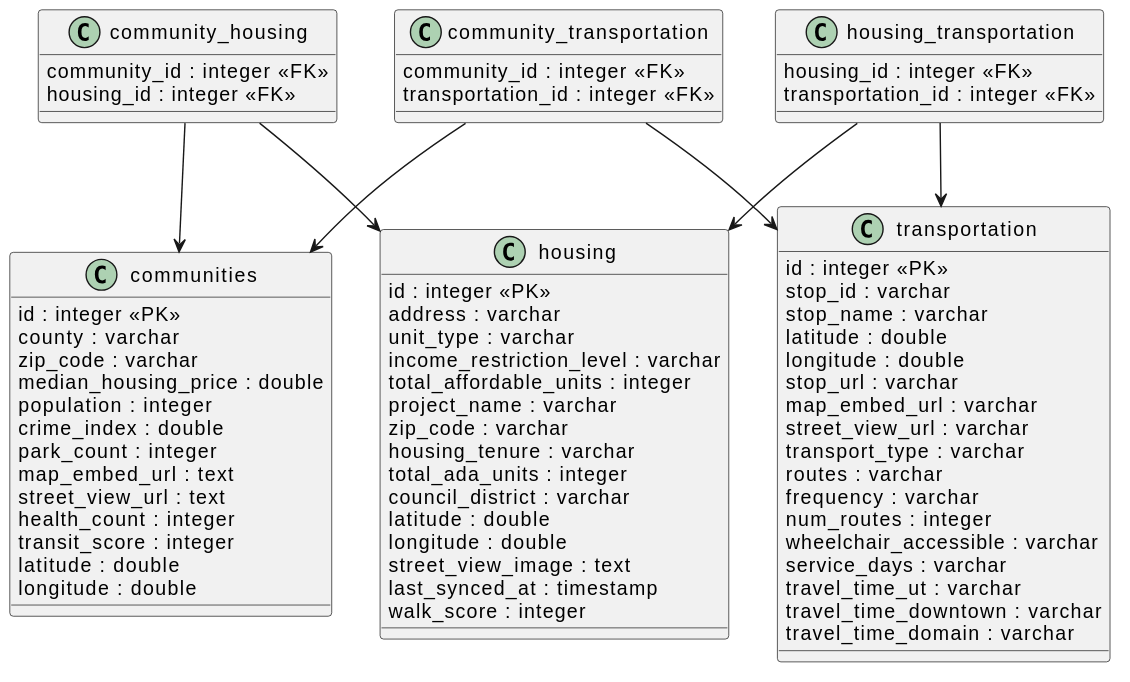
harinik961/CivicHousing keeps this PlantUML diagram as IDB.uml.svg. Above is the earlier version. Source of this version:
```plantuml
@startuml
class communities {
  id : integer <<PK>>
  county : varchar
  zip_code : varchar
  median_housing_price : double
  population : integer
  crime_index : double
  park_count : integer
  map_embed_url : text
  street_view_url : text
  health_count : integer
  transit_score : integer
  latitude : double
  longitude : double
}

class housing {
  id : integer <<PK>>
  address : varchar
  unit_type : varchar
  income_restriction_level : varchar
  total_affordable_units : integer
  project_name : varchar
  zip_code : varchar
  housing_tenure : varchar
  total_ada_units : integer
  council_district : varchar
  latitude : double
  longitude : double
  street_view_image : text
  last_synced_at : timestamp
  walk_score : integer
}

class transportation {
  id : integer <<PK>>
  stop_id : varchar
  stop_name : varchar
  latitude : double
  longitude : double
  stop_url : varchar
  map_embed_url : varchar
  street_view_url : varchar
  transport_type : varchar
  routes : varchar
  frequency : varchar
  num_routes : integer
  wheelchair_accessible : varchar
  service_days : varchar
  travel_time_ut : varchar
  travel_time_downtown : varchar
  travel_time_domain : varchar
}



class community_housing {
  community_id : integer <<FK>>
  housing_id : integer <<FK>>
}

class community_transportation {
  community_id : integer <<FK>>
  transportation_id : integer <<FK>>
}

class housing_transportation {
  housing_id : integer <<FK>>
  transportation_id : integer <<FK>>
}


community_housing --> communities
community_housing --> housing

community_transportation --> communities
community_transportation --> transportation

housing_transportation --> housing
housing_transportation --> transportation
@enduml
```
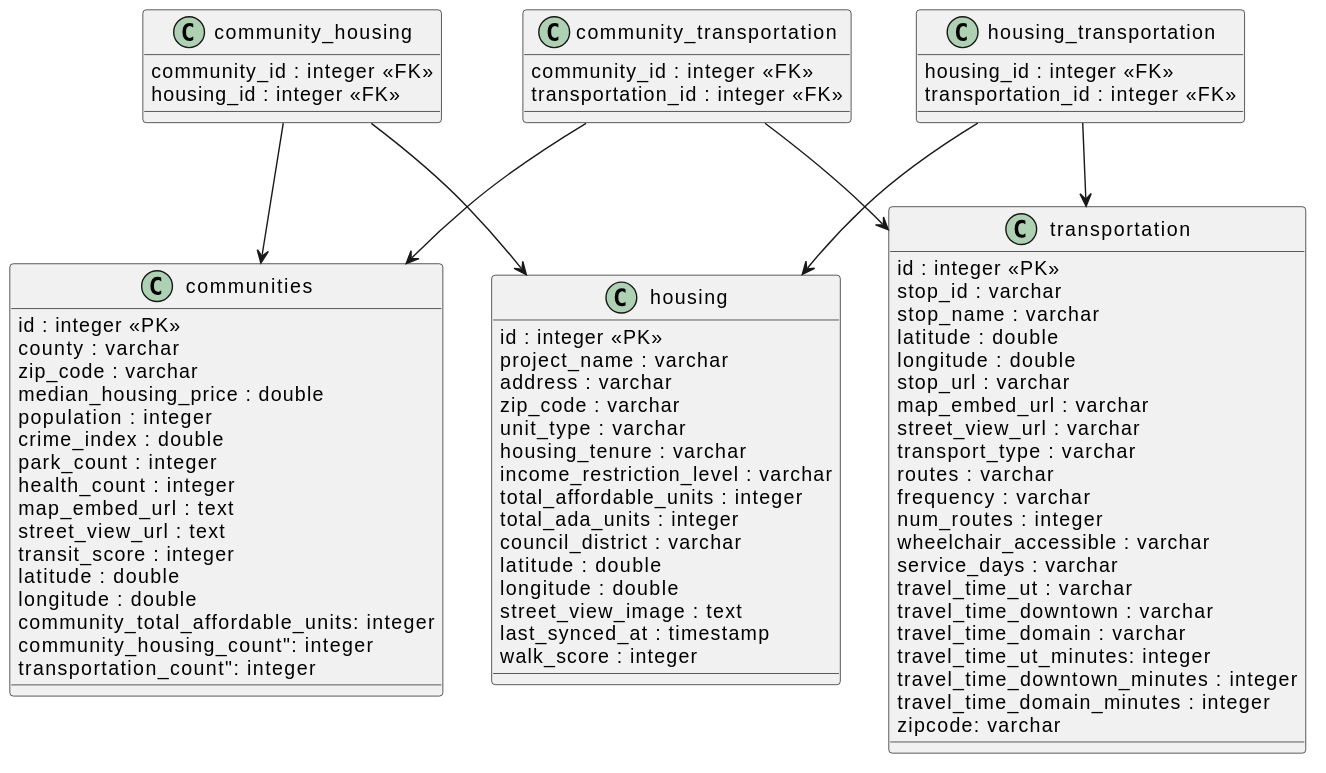
The same file after the commit.

Commit message:
updated uml diagram

What changed in the source:
```diff
@@ -7,23 +7,26 @@
   population : integer
   crime_index : double
   park_count : integer
+  health_count : integer
   map_embed_url : text
   street_view_url : text
-  health_count : integer
   transit_score : integer
   latitude : double
   longitude : double
+  community_total_affordable_units: integer
+  community_housing_count": integer
+  transportation_count": integer
 }
 
 class housing {
   id : integer <<PK>>
+  project_name : varchar
   address : varchar
+  zip_code : varchar
   unit_type : varchar
+  housing_tenure : varchar
   income_restriction_level : varchar
   total_affordable_units : integer
-  project_name : varchar
-  zip_code : varchar
-  housing_tenure : varchar
   total_ada_units : integer
   council_district : varchar
   latitude : double
@@ -51,6 +54,11 @@
   travel_time_ut : varchar
   travel_time_downtown : varchar
   travel_time_domain : varchar
+  travel_time_ut_minutes: integer
+  travel_time_downtown_minutes : integer
+  travel_time_domain_minutes : integer
+  zipcode: varchar
+
 }
 
 
```
